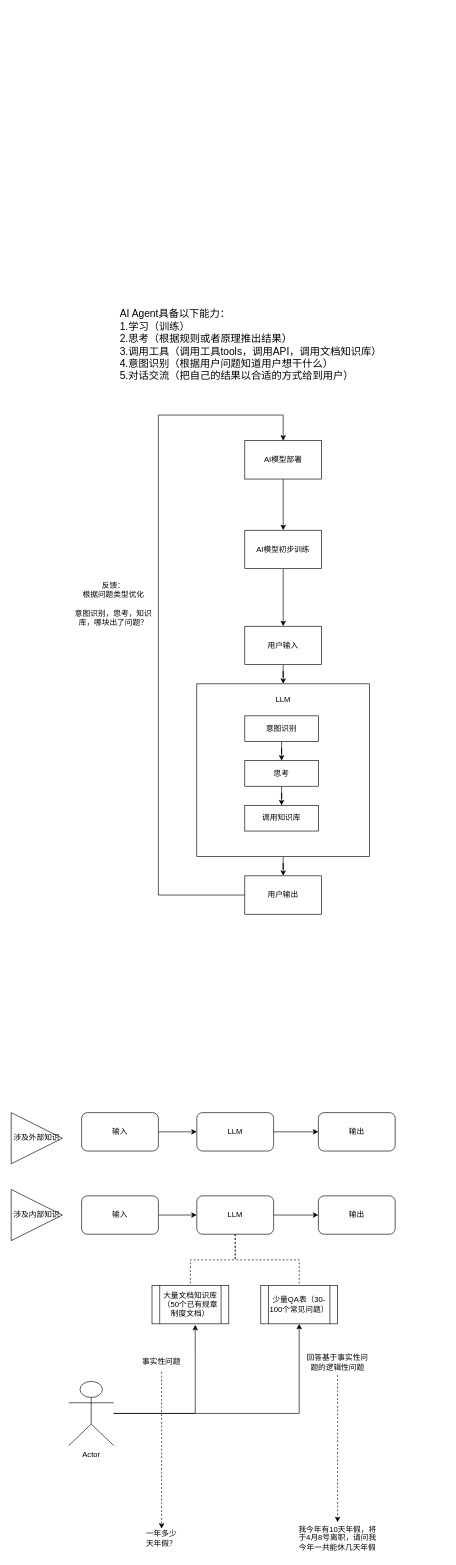
The draw.io diagram 大模型训练逻辑科普.drawio in Formyselfonly/drawioFlowchart, before the edit. Source tidied: cells renumbered, new cells numbered last; positions are measured from the earlier drawing's top-left corner, leaving out a move shared by most shapes. Both pictures are drawn from the tidied source at 64%, with x=0, y=0 at pixel (11, 300).
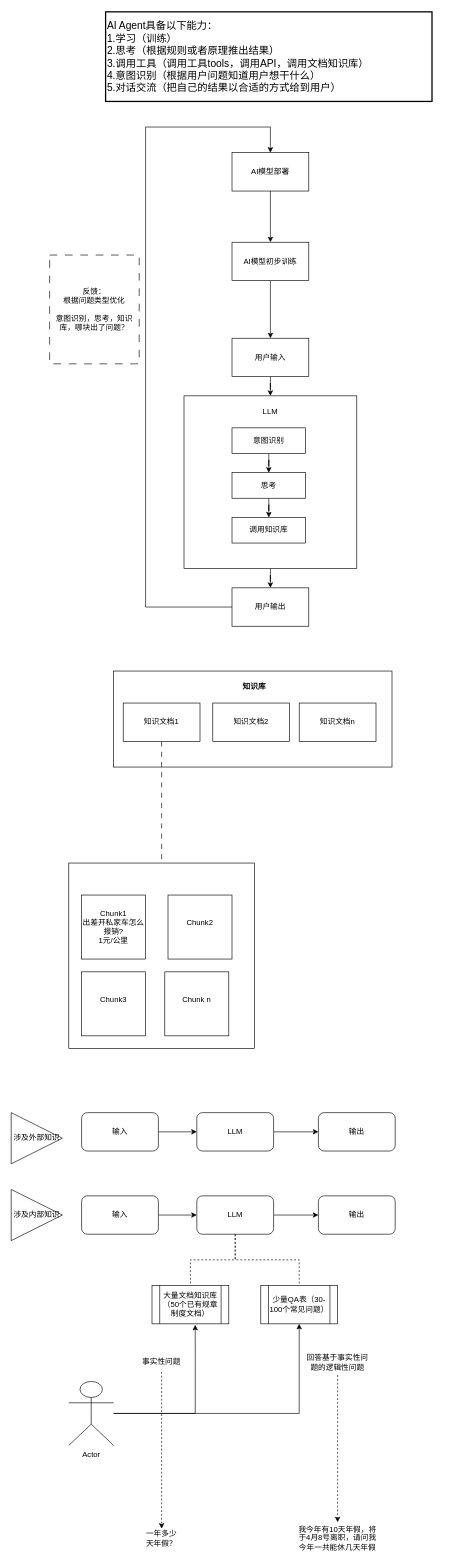
The same diagram, later.

Commit message (it also covers changes not shown here):
Update 大模型训练逻辑科普.drawio

The edit, as a diff of the source:
```diff
@@
     <mxCell id="3" style="rounded=0;whiteSpace=wrap;html=1;" parent="1" vertex="1">
-      <mxGeometry x="290" y="600" width="270" height="270" as="geometry" />
+      <mxGeometry x="270" y="150" width="270" height="270" as="geometry" />
     </mxCell>
@@
-    <mxCell id="29" value="&lt;font style=&quot;font-size: 16px;&quot;&gt;AI Agent具备以下能力：&lt;/font&gt;&lt;div&gt;&lt;font style=&quot;font-size: 16px;&quot;&gt;1.学习（训练）&amp;nbsp;&lt;/font&gt;&lt;/div&gt;&lt;div&gt;&lt;font style=&quot;font-size: 16px;&quot;&gt;2.思考（根据规则或者原理推出结果）&lt;/font&gt;&lt;/div&gt;&lt;div&gt;&lt;font style=&quot;font-size: 16px;&quot;&gt;3.调用工具（调用工具tools，调用API，调用文档知识库）&lt;/font&gt;&lt;/div&gt;&lt;div&gt;&lt;font style=&quot;font-size: 16px;&quot;&gt;4.意图识别（根据用户问题知道用户想干什么）&lt;/font&gt;&lt;/div&gt;&lt;div&gt;&lt;font style=&quot;font-size: 16px;&quot;&gt;5.对话交流（把自己的结果以合适的方式给到用户）&lt;/font&gt;&lt;/div&gt;" style="text;html=1;align=left;verticalAlign=middle;whiteSpace=wrap;rounded=0;" parent="1" vertex="1">
-      <mxGeometry x="167.5" width="510" height="140" as="geometry" />
+    <mxCell id="29" value="&lt;font style=&quot;font-size: 16px;&quot;&gt;AI Agent具备以下能力：&lt;/font&gt;&lt;div&gt;&lt;font style=&quot;font-size: 16px;&quot;&gt;1.学习（训练）&amp;nbsp;&lt;/font&gt;&lt;/div&gt;&lt;div&gt;&lt;font style=&quot;font-size: 16px;&quot;&gt;2.思考（根据规则或者原理推出结果）&lt;/font&gt;&lt;/div&gt;&lt;div&gt;&lt;font style=&quot;font-size: 16px;&quot;&gt;3.调用工具（调用工具tools，调用API，调用文档知识库）&lt;/font&gt;&lt;/div&gt;&lt;div&gt;&lt;font style=&quot;font-size: 16px;&quot;&gt;4.意图识别（根据用户问题知道用户想干什么）&lt;/font&gt;&lt;/div&gt;&lt;div&gt;&lt;font style=&quot;font-size: 16px;&quot;&gt;5.对话交流（把自己的结果以合适的方式给到用户）&lt;/font&gt;&lt;/div&gt;" style="text;html=1;align=left;verticalAlign=middle;whiteSpace=wrap;rounded=0;strokeWidth=2;strokeColor=default;" parent="1" vertex="1">
+      <mxGeometry x="147.5" y="-450" width="510" height="140" as="geometry" />
     </mxCell>
@@
     <mxCell id="31" value="AI模型初步训练" style="rounded=0;whiteSpace=wrap;html=1;" parent="1" vertex="1">
-      <mxGeometry x="365" y="360" width="120" height="60" as="geometry" />
+      <mxGeometry x="345" y="-90" width="120" height="60" as="geometry" />
     </mxCell>
@@
     <mxCell id="33" value="用户输入" style="rounded=0;whiteSpace=wrap;html=1;" parent="1" vertex="1">
-      <mxGeometry x="365" y="510" width="120" height="60" as="geometry" />
+      <mxGeometry x="345" y="60" width="120" height="60" as="geometry" />
     </mxCell>
@@
     <mxCell id="35" value="意图识别" style="rounded=0;whiteSpace=wrap;html=1;" parent="1" vertex="1">
-      <mxGeometry x="365" y="650" width="115" height="40" as="geometry" />
+      <mxGeometry x="345" y="200" width="115" height="40" as="geometry" />
     </mxCell>
     <mxCell id="36" value="LLM" style="text;html=1;align=center;verticalAlign=middle;whiteSpace=wrap;rounded=0;" parent="1" vertex="1">
-      <mxGeometry x="395" y="610" width="60" height="30" as="geometry" />
+      <mxGeometry x="375" y="160" width="60" height="30" as="geometry" />
     </mxCell>
@@
     <mxCell id="38" value="思考" style="rounded=0;whiteSpace=wrap;html=1;" parent="1" vertex="1">
-      <mxGeometry x="365" y="720" width="115" height="40" as="geometry" />
+      <mxGeometry x="345" y="270" width="115" height="40" as="geometry" />
     </mxCell>
     <mxCell id="39" value="调用知识库" style="rounded=0;whiteSpace=wrap;html=1;" parent="1" vertex="1">
-      <mxGeometry x="365" y="790" width="115" height="40" as="geometry" />
+      <mxGeometry x="345" y="340" width="115" height="40" as="geometry" />
     </mxCell>
     <mxCell id="40" style="edgeStyle=orthogonalEdgeStyle;rounded=0;jettySize=auto;html=1;entryX=0.5;entryY=0;entryDx=0;entryDy=0;" parent="1" edge="1" source="41" target="43">
       <mxGeometry relative="1" as="geometry">
         <Array as="points">
-          <mxPoint x="230" y="930" />
-          <mxPoint x="230" y="180" />
-          <mxPoint x="425" y="180" />
+          <mxPoint x="210" y="480" />
+          <mxPoint x="210" y="-270" />
+          <mxPoint x="405" y="-270" />
         </Array>
       </mxGeometry>
     </mxCell>
     <mxCell id="41" value="用户输出" style="rounded=0;whiteSpace=wrap;html=1;" parent="1" vertex="1">
-      <mxGeometry x="365" y="900" width="120" height="60" as="geometry" />
+      <mxGeometry x="345" y="450" width="120" height="60" as="geometry" />
     </mxCell>
@@
     <mxCell id="43" value="AI模型部署" style="rounded=0;whiteSpace=wrap;html=1;" parent="1" vertex="1">
-      <mxGeometry x="365" y="220" width="120" height="60" as="geometry" />
+      <mxGeometry x="345" y="-230" width="120" height="60" as="geometry" />
     </mxCell>
-    <mxCell id="44" value="反馈：&lt;br&gt;根据问题类型优化&lt;div&gt;&lt;br&gt;意图识别，思考，知识库，哪块出了问题？&lt;/div&gt;" style="text;html=1;align=center;verticalAlign=middle;whiteSpace=wrap;rounded=0;" parent="1" vertex="1">
-      <mxGeometry x="90" y="390" width="140" height="170" as="geometry" />
+    <mxCell id="44" value="反馈：&lt;br&gt;根据问题类型优化&lt;div&gt;&lt;br&gt;意图识别，思考，知识库，哪块出了问题？&lt;/div&gt;" style="text;html=1;align=center;verticalAlign=middle;whiteSpace=wrap;rounded=0;dashed=1;strokeColor=default;dashPattern=12 12;" parent="1" vertex="1">
+      <mxGeometry x="60" y="-70" width="140" height="170" as="geometry" />
     </mxCell>
+    <mxCell id="45" style="rounded=0;whiteSpace=wrap;html=1;" parent="1" vertex="1">
+      <mxGeometry x="160" y="580" width="435" height="150" as="geometry" />
+    </mxCell>
+    <mxCell id="46" value="&lt;b&gt;知识库&lt;/b&gt;" style="text;html=1;align=center;verticalAlign=middle;whiteSpace=wrap;rounded=0;" parent="1" vertex="1">
+      <mxGeometry x="350" y="590" width="60" height="30" as="geometry" />
+    </mxCell>
+    <mxCell id="47" style="edgeStyle=orthogonalEdgeStyle;rounded=0;jettySize=auto;html=1;dashed=1;dashPattern=8 8;endArrow=none;startFill=0;" parent="1" edge="1" source="48" target="51">
+      <mxGeometry relative="1" as="geometry" />
+    </mxCell>
+    <mxCell id="48" value="知识文档1" style="rounded=0;whiteSpace=wrap;html=1;" parent="1" vertex="1">
+      <mxGeometry x="175" y="630" width="120" height="60" as="geometry" />
+    </mxCell>
+    <mxCell id="49" value="知识文档2" style="rounded=0;whiteSpace=wrap;html=1;" parent="1" vertex="1">
+      <mxGeometry x="315" y="630" width="120" height="60" as="geometry" />
+    </mxCell>
+    <mxCell id="50" value="知识文档n" style="rounded=0;whiteSpace=wrap;html=1;" parent="1" vertex="1">
+      <mxGeometry x="450" y="630" width="120" height="60" as="geometry" />
+    </mxCell>
+    <mxCell id="51" style="whiteSpace=wrap;html=1;" parent="1" vertex="1">
+      <mxGeometry x="90" y="880" width="290" height="290" as="geometry" />
+    </mxCell>
+    <mxCell id="52" value="Chunk1&lt;div&gt;出差开私家车怎么报销?&lt;br&gt;1元/公里&lt;/div&gt;" style="rounded=0;whiteSpace=wrap;html=1;" parent="1" vertex="1">
+      <mxGeometry x="110" y="930" width="100" height="100" as="geometry" />
+    </mxCell>
+    <mxCell id="53" value="Chunk2&lt;div&gt;&lt;br&gt;&lt;/div&gt;" style="rounded=0;whiteSpace=wrap;html=1;" parent="1" vertex="1">
+      <mxGeometry x="245" y="930" width="100" height="100" as="geometry" />
+    </mxCell>
+    <mxCell id="54" value="Chunk3&lt;div&gt;&lt;br&gt;&lt;/div&gt;" style="rounded=0;whiteSpace=wrap;html=1;" parent="1" vertex="1">
+      <mxGeometry x="110" y="1050" width="100" height="100" as="geometry" />
+    </mxCell>
+    <mxCell id="55" value="Chunk n&lt;div&gt;&lt;br&gt;&lt;/div&gt;" style="rounded=0;whiteSpace=wrap;html=1;" parent="1" vertex="1">
+      <mxGeometry x="240" y="1050" width="100" height="100" as="geometry" />
+    </mxCell>
```
